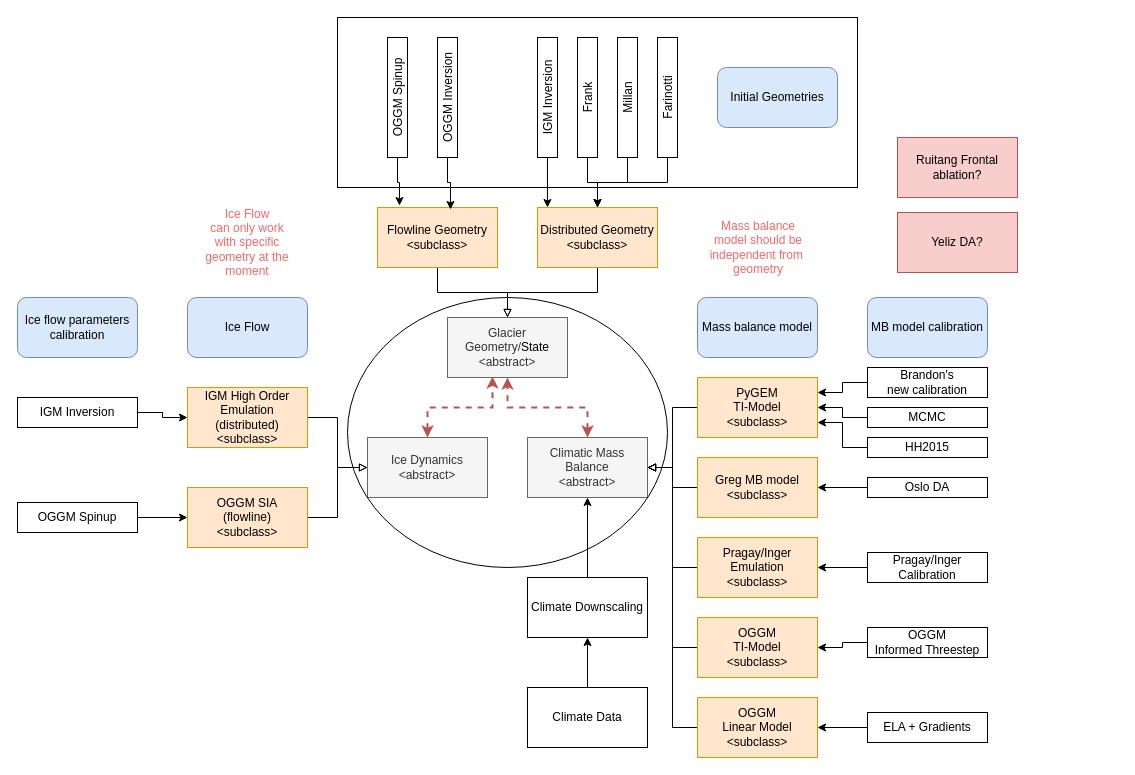
The draw.io diagram diagrams/glacier_modeling.drawio in joh-brunner/glacier-modeling-framework, before the edit. Source tidied: cells renumbered, new cells numbered last; positions are measured from the earlier drawing's top-left corner, leaving out a move shared by most shapes. Both pictures are drawn from the tidied source at 100%, with x=0, y=0 at pixel (17, 17).
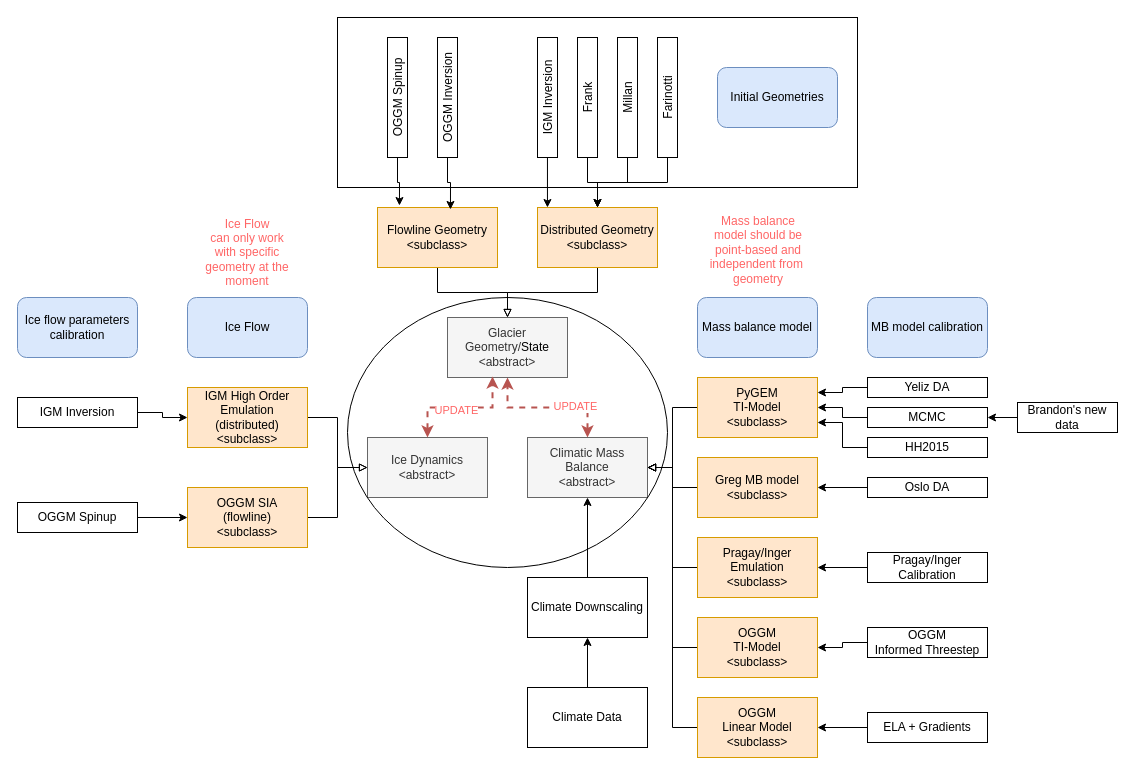
The same page after the edit.

The change refers to these unchanged cells:
```xml
<mxCell id="6" style="edgeStyle=orthogonalEdgeStyle;rounded=0;jettySize=auto;html=1;startArrow=classic;startFill=1;dashed=1;fillColor=#f8cecc;strokeColor=#b85450;strokeWidth=2;" parent="1" edge="1" source="7" target="56">
  <mxGeometry relative="1" as="geometry" />
</mxCell>
<mxCell id="35" value="MCMC" style="whiteSpace=wrap;html=1;" parent="1" vertex="1">
  <mxGeometry x="850" y="390" width="120" height="20" as="geometry" />
</mxCell>
<mxCell id="61" style="edgeStyle=orthogonalEdgeStyle;rounded=0;jettySize=auto;html=1;entryX=0.375;entryY=0.983;entryDx=0;entryDy=0;entryPerimeter=0;startArrow=classic;startFill=1;fillColor=#f8cecc;strokeColor=#b85450;strokeWidth=2;dashed=1;" parent="1" edge="1" source="29" target="56">
  <mxGeometry relative="1" as="geometry" />
</mxCell>
```

The edit, as a diff of the source:
```diff
@@
+    <mxCell id="70" value="&lt;font style=&quot;color: rgb(255, 102, 102);&quot;&gt;UPDATE&lt;/font&gt;" style="edgeLabel;html=1;align=center;verticalAlign=middle;" parent="6" vertex="1">
+      <mxGeometry x="-0.39" y="-2" relative="1" as="geometry" />
+    </mxCell>
@@
-    <mxCell id="37" value="Brandon's&lt;div&gt;new calibration&lt;/div&gt;" style="whiteSpace=wrap;html=1;" parent="1" vertex="1">
-      <mxGeometry x="850" y="350" width="120" height="30" as="geometry" />
+    <mxCell id="37" value="Yeliz DA" style="whiteSpace=wrap;html=1;" parent="1" vertex="1">
+      <mxGeometry x="850" y="360" width="120" height="20" as="geometry" />
     </mxCell>
@@
-    <mxCell id="50" value="Ruitang Frontal ablation?" style="rounded=0;whiteSpace=wrap;html=1;fillColor=#f8cecc;strokeColor=#b85450;" parent="1" vertex="1">
-      <mxGeometry x="880" y="120" width="120" height="60" as="geometry" />
-    </mxCell>
-    <mxCell id="51" value="Yeliz DA?" style="rounded=0;whiteSpace=wrap;html=1;fillColor=#f8cecc;strokeColor=#b85450;" parent="1" vertex="1">
-      <mxGeometry x="880" y="195" width="120" height="60" as="geometry" />
-    </mxCell>
@@
+    <mxCell id="71" value="&lt;font style=&quot;color: rgb(255, 102, 102);&quot;&gt;UPDATE&lt;/font&gt;" style="edgeLabel;html=1;align=center;verticalAlign=middle;" parent="61" vertex="1">
+      <mxGeometry x="-0.08" y="-2" relative="1" as="geometry" />
+    </mxCell>
@@
     <mxCell id="67" value="&lt;font style=&quot;color: rgb(255, 102, 102);&quot;&gt;Ice Flow&lt;/font&gt;&lt;div&gt;&lt;font style=&quot;color: rgb(255, 102, 102);&quot;&gt;can only work with specific geometry at the moment&lt;/font&gt;&lt;/div&gt;" style="text;html=1;align=center;verticalAlign=middle;whiteSpace=wrap;rounded=0;" parent="1" vertex="1">
-      <mxGeometry x="180" y="210" width="100" height="30" as="geometry" />
+      <mxGeometry x="180" y="220" width="100" height="30" as="geometry" />
     </mxCell>
@@
-    <mxCell id="69" value="&lt;div style=&quot;text-align: center;&quot;&gt;&lt;span style=&quot;background-color: transparent;&quot;&gt;&lt;font style=&quot;color: rgb(255, 102, 102);&quot;&gt;Mass balance model should be independent from&amp;nbsp;&lt;/font&gt;&lt;/span&gt;&lt;/div&gt;&lt;div style=&quot;text-align: center;&quot;&gt;&lt;span style=&quot;background-color: transparent;&quot;&gt;&lt;font style=&quot;color: rgb(255, 102, 102);&quot;&gt;geometry&lt;/font&gt;&lt;/span&gt;&lt;/div&gt;" style="text;whiteSpace=wrap;html=1;" parent="1" vertex="1">
-      <mxGeometry x="690" y="195" width="100" height="50" as="geometry" />
+    <mxCell id="69" value="&lt;div style=&quot;text-align: center;&quot;&gt;&lt;span style=&quot;background-color: transparent;&quot;&gt;&lt;font style=&quot;color: rgb(255, 102, 102);&quot;&gt;Mass balance model should be point-based and independent from&amp;nbsp;&lt;/font&gt;&lt;/span&gt;&lt;/div&gt;&lt;div style=&quot;text-align: center;&quot;&gt;&lt;span style=&quot;background-color: transparent;&quot;&gt;&lt;font style=&quot;color: rgb(255, 102, 102);&quot;&gt;geometry&lt;/font&gt;&lt;/span&gt;&lt;/div&gt;" style="text;whiteSpace=wrap;html=1;" parent="1" vertex="1">
+      <mxGeometry x="690" y="190" width="100" height="50" as="geometry" />
     </mxCell>
+    <mxCell id="72" style="edgeStyle=orthogonalEdgeStyle;rounded=0;jettySize=auto;html=1;entryX=1;entryY=0.5;entryDx=0;entryDy=0;" parent="1" edge="1" source="73" target="35">
+      <mxGeometry relative="1" as="geometry" />
+    </mxCell>
+    <mxCell id="73" value="Brandon's new&lt;div&gt;data&lt;/div&gt;" style="whiteSpace=wrap;html=1;" parent="1" vertex="1">
+      <mxGeometry x="1000" y="385" width="100" height="30" as="geometry" />
+    </mxCell>
```
